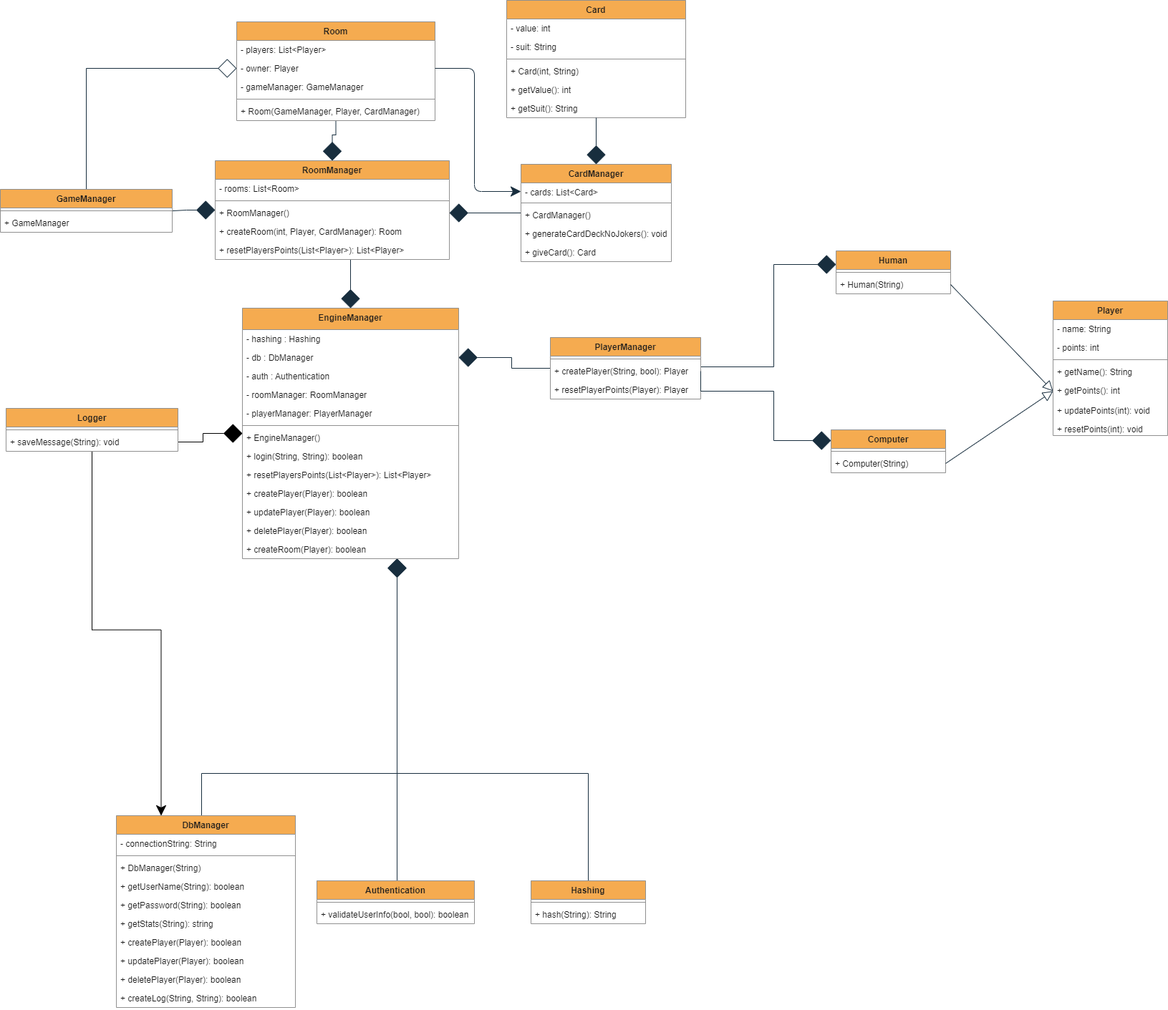
The draw.io diagram Diagrammer/Klasse Diagram.drawio.png in Olivervesth/KortKlubben, before a commit. Source tidied: cells renumbered, new cells last; positions are measured from the earlier drawing's top-left corner, leaving out a move shared by most shapes.
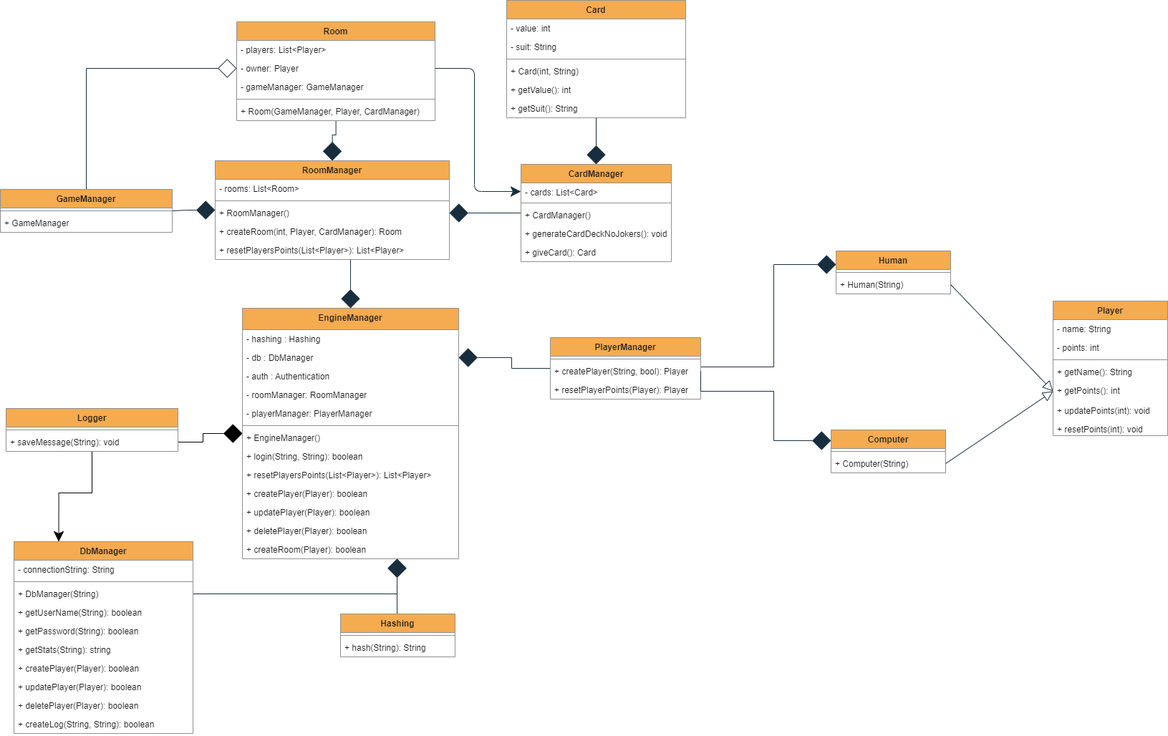
Above is the later version.

Commit message:
Goodbye Authentication class

Diff of the diagram source:
```diff
@@ -94,26 +94,17 @@
     <mxCell id="30" value="+ resetPlayersPoints(List&lt;Player&gt;): List&lt;Player&gt;" style="text;strokeColor=none;fillColor=none;align=left;verticalAlign=top;spacingLeft=4;spacingRight=4;overflow=hidden;fontColor=#1A1A1A;rounded=0;" parent="25" vertex="1">
       <mxGeometry y="112" width="327" height="26" as="geometry" />
     </mxCell>
-    <mxCell id="31" style="edgeStyle=orthogonalEdgeStyle;rounded=0;jettySize=auto;html=1;entryX=0.5;entryY=0;entryDx=0;entryDy=0;endArrow=none;endFill=0;endSize=24;startArrow=diamond;startFill=1;startSize=24;labelBackgroundColor=#EEEEEE;strokeColor=#182E3E;fontColor=#1A1A1A;" parent="1" edge="1" source="35" target="69">
-      <mxGeometry relative="1" as="geometry">
-        <Array as="points">
-          <mxPoint x="554" y="1230" />
-        </Array>
-      </mxGeometry>
-    </mxCell>
     <mxCell id="32" style="edgeStyle=orthogonalEdgeStyle;rounded=0;jettySize=auto;html=1;entryX=0.5;entryY=0;entryDx=0;entryDy=0;endArrow=none;endFill=0;endSize=24;startArrow=diamond;startFill=1;startSize=24;labelBackgroundColor=#EEEEEE;strokeColor=#182E3E;fontColor=#1A1A1A;" parent="1" edge="1" source="35" target="72">
       <mxGeometry relative="1" as="geometry">
         <Array as="points">
-          <mxPoint x="554" y="1080" />
-          <mxPoint x="821" y="1080" />
+          <mxPoint x="554" y="857" />
         </Array>
       </mxGeometry>
     </mxCell>
-    <mxCell id="33" style="edgeStyle=orthogonalEdgeStyle;rounded=0;jettySize=auto;html=1;entryX=0.5;entryY=0;entryDx=0;entryDy=0;endArrow=none;endFill=0;endSize=24;startArrow=diamond;startFill=1;startSize=24;labelBackgroundColor=#EEEEEE;strokeColor=#182E3E;fontColor=#1A1A1A;" parent="1" edge="1" source="35" target="58">
+    <mxCell id="33" style="edgeStyle=orthogonalEdgeStyle;rounded=0;jettySize=auto;html=1;entryX=1;entryY=0.5;entryDx=0;entryDy=0;endArrow=none;endFill=0;endSize=24;startArrow=diamond;startFill=1;startSize=24;labelBackgroundColor=#EEEEEE;strokeColor=#182E3E;fontColor=#1A1A1A;" parent="1" edge="1" source="35" target="61">
       <mxGeometry relative="1" as="geometry">
         <Array as="points">
-          <mxPoint x="554" y="1080" />
-          <mxPoint x="281" y="1080" />
+          <mxPoint x="554" y="829" />
         </Array>
       </mxGeometry>
     </mxCell>
@@ -197,7 +188,7 @@
       <mxGeometry y="34" width="160" height="26" as="geometry" />
     </mxCell>
     <mxCell id="58" value="DbManager" style="swimlane;fontStyle=1;align=center;verticalAlign=top;horizontal=1;startSize=26;fillColor=#F5AB50;strokeColor=#909090;fontColor=#1A1A1A;rounded=0;swimlaneFillColor=default;" parent="1" vertex="1">
-      <mxGeometry x="162" y="1139" width="250" height="268" as="geometry" />
+      <mxGeometry x="19" y="756" width="250" height="268" as="geometry" />
     </mxCell>
     <mxCell id="59" value="- connectionString: String" style="text;strokeColor=none;fillColor=none;align=left;verticalAlign=top;spacingLeft=4;spacingRight=4;overflow=hidden;fontColor=#1A1A1A;rounded=0;" parent="58" vertex="1">
       <mxGeometry y="26" width="250" height="26" as="geometry" />
@@ -229,17 +220,8 @@
     <mxCell id="68" value="+ createLog(String, String): boolean" style="text;strokeColor=none;fillColor=none;align=left;verticalAlign=top;spacingLeft=4;spacingRight=4;overflow=hidden;fontColor=#1A1A1A;rounded=0;" parent="58" vertex="1">
       <mxGeometry y="242" width="250" height="26" as="geometry" />
     </mxCell>
-    <mxCell id="69" value="Authentication" style="swimlane;fontStyle=1;align=center;verticalAlign=top;horizontal=1;startSize=26;fillColor=#F5AB50;strokeColor=#909090;fontColor=#1A1A1A;rounded=0;swimlaneFillColor=default;" parent="1" vertex="1">
-      <mxGeometry x="442" y="1230" width="220" height="60" as="geometry" />
-    </mxCell>
-    <mxCell id="70" style="line;strokeWidth=1;fillColor=none;align=left;verticalAlign=middle;spacingTop=-1;spacingLeft=3;spacingRight=3;labelPosition=right;labelBackgroundColor=#EEEEEE;strokeColor=#909090;fontColor=#1A1A1A;rounded=0;" parent="69" vertex="1">
-      <mxGeometry y="26" width="220" height="8" as="geometry" />
-    </mxCell>
-    <mxCell id="71" value="+ validateUserInfo(bool, bool): boolean" style="text;strokeColor=none;fillColor=none;align=left;verticalAlign=top;spacingLeft=4;spacingRight=4;overflow=hidden;fontColor=#1A1A1A;rounded=0;" parent="69" vertex="1">
-      <mxGeometry y="34" width="220" height="26" as="geometry" />
-    </mxCell>
     <mxCell id="72" value="Hashing" style="swimlane;fontStyle=1;align=center;verticalAlign=top;horizontal=1;startSize=26;fillColor=#F5AB50;strokeColor=#909090;fontColor=#1A1A1A;rounded=0;swimlaneFillColor=default;" parent="1" vertex="1">
-      <mxGeometry x="741" y="1230" width="160" height="60" as="geometry" />
+      <mxGeometry x="475" y="857" width="160" height="60" as="geometry" />
     </mxCell>
     <mxCell id="73" style="line;strokeWidth=1;fillColor=none;align=left;verticalAlign=middle;spacingTop=-1;spacingLeft=3;spacingRight=3;labelPosition=right;labelBackgroundColor=#EEEEEE;strokeColor=#909090;fontColor=#1A1A1A;rounded=0;" parent="72" vertex="1">
       <mxGeometry y="26" width="160" height="8" as="geometry" />
```
